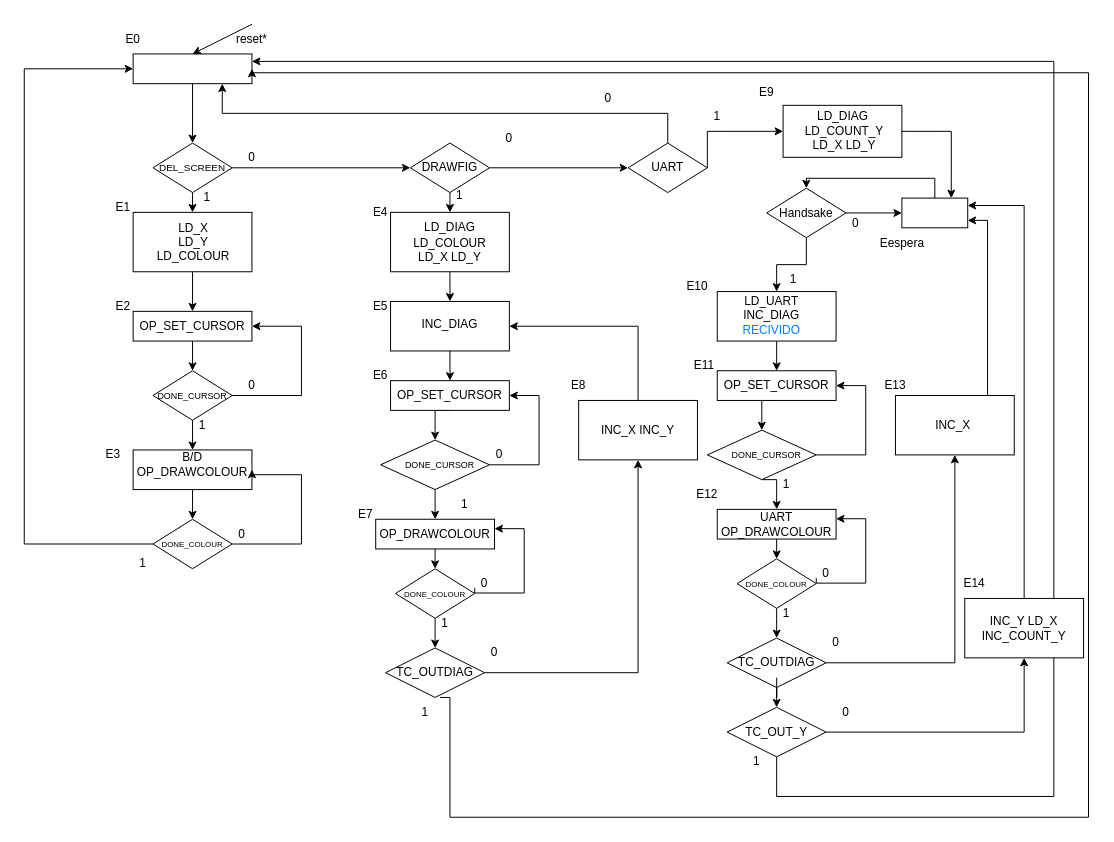
Earlier version of the draw.io diagram Proyecto/Diseños/Lcd_draw_uc.drawio (marcosChoucino/SIstemasDigitales). Source tidied: cells renumbered, new cells numbered last; positions are measured from the earlier drawing's top-left corner, leaving out a move shared by most shapes. Both pictures are drawn from the tidied source at 99%, with x=0, y=0 at pixel (24, 24).
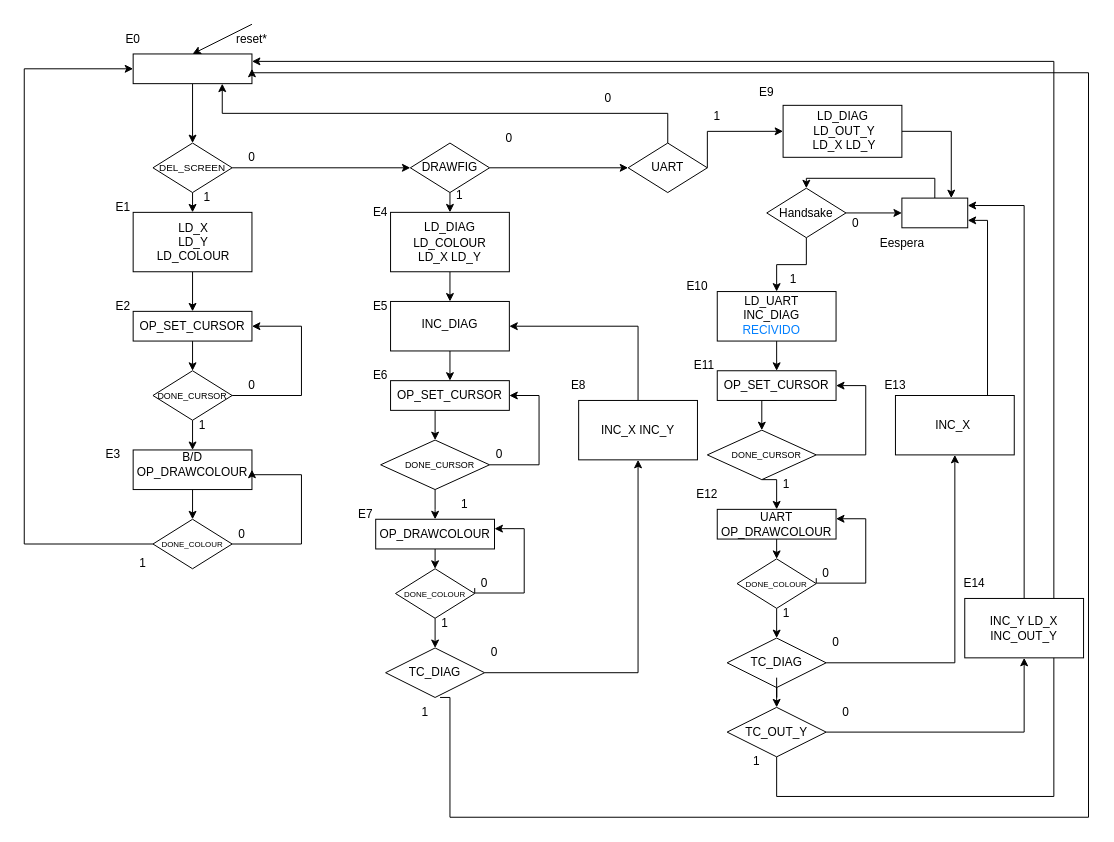
The same page after the edit.

Diff of the diagram source:
```diff
@@
-    <mxCell id="57" value="TC_OUTDIAG" style="text;html=1;strokeColor=none;fillColor=none;align=center;verticalAlign=middle;whiteSpace=wrap;rounded=0;" parent="1" vertex="1">
+    <mxCell id="57" value="TC_DIAG" style="text;html=1;strokeColor=none;fillColor=none;align=center;verticalAlign=middle;whiteSpace=wrap;rounded=0;" parent="1" vertex="1">
       <mxGeometry x="385" y="640" width="60" height="30" as="geometry" />
     </mxCell>
@@
-    <mxCell id="86" value="&lt;br&gt;LD_COUNT_Y&lt;br&gt;&lt;div&gt;LD_X&amp;nbsp;&lt;span style=&quot;background-color: initial;&quot;&gt;LD_Y&lt;/span&gt;&lt;/div&gt;" style="text;html=1;strokeColor=none;fillColor=none;align=center;verticalAlign=middle;whiteSpace=wrap;rounded=0;" parent="1" vertex="1">
+    <mxCell id="86" value="&lt;br&gt;LD_OUT_Y&lt;br&gt;&lt;div&gt;LD_X&amp;nbsp;&lt;span style=&quot;background-color: initial;&quot;&gt;LD_Y&lt;/span&gt;&lt;/div&gt;" style="text;html=1;strokeColor=none;fillColor=none;align=center;verticalAlign=middle;whiteSpace=wrap;rounded=0;" parent="1" vertex="1">
       <mxGeometry x="796.5" y="93.1" width="63" height="30" as="geometry" />
     </mxCell>
@@
-    <mxCell id="105" value="TC_OUTDIAG" style="text;html=1;strokeColor=none;fillColor=none;align=center;verticalAlign=middle;whiteSpace=wrap;rounded=0;" parent="1" vertex="1">
+    <mxCell id="105" value="TC_DIAG" style="text;html=1;strokeColor=none;fillColor=none;align=center;verticalAlign=middle;whiteSpace=wrap;rounded=0;" parent="1" vertex="1">
       <mxGeometry x="730" y="630" width="60" height="30" as="geometry" />
     </mxCell>
@@
-    <mxCell id="118" value="INC_Y LD_X INC_COUNT_Y" style="whiteSpace=wrap;html=1;" parent="1" vertex="1">
+    <mxCell id="118" value="INC_Y LD_X INC_OUT_Y" style="whiteSpace=wrap;html=1;" parent="1" vertex="1">
       <mxGeometry x="950" y="580" width="120" height="60" as="geometry" />
     </mxCell>
```
